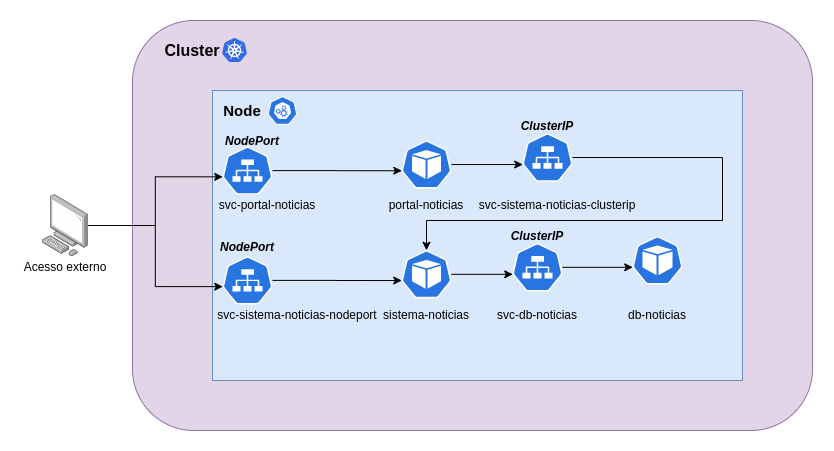
The draw.io diagram News_project_architecture.png in jonathanmdr/kubernetes, before a commit. Source tidied: cells renumbered, new cells last; positions are measured from the earlier drawing's top-left corner, leaving out a move shared by most shapes.
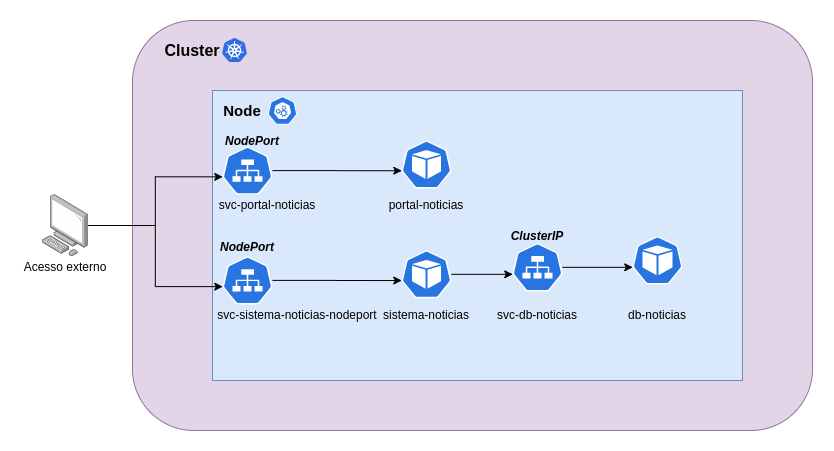
The same diagram one commit later.

Commit message:
Ajuste de implementaçao e arquitetura

Change to the diagram source:
```diff
@@ -56,9 +56,6 @@
     <mxCell id="19" value="&lt;b&gt;&lt;i&gt;NodePort&lt;/i&gt;&lt;/b&gt;" style="text;html=1;strokeColor=none;fillColor=none;align=center;verticalAlign=middle;whiteSpace=wrap;rounded=0;" parent="1" vertex="1">
       <mxGeometry x="207" y="215.9" width="40" height="20" as="geometry" />
     </mxCell>
-    <mxCell id="20" style="edgeStyle=orthogonalEdgeStyle;rounded=0;jettySize=auto;html=1;entryX=0.005;entryY=0.63;entryDx=0;entryDy=0;entryPerimeter=0;" parent="1" edge="1" source="21" target="32">
-      <mxGeometry relative="1" as="geometry" />
-    </mxCell>
     <mxCell id="21" style="html=1;dashed=0;whitespace=wrap;fillColor=#2875E2;strokeColor=#ffffff;points=[[0.005,0.63,0],[0.1,0.2,0],[0.9,0.2,0],[0.5,0,0],[0.995,0.63,0],[0.72,0.99,0],[0.5,1,0],[0.28,0.99,0]];shape=mxgraph.kubernetes.icon;prIcon=pod;" parent="1" vertex="1">
       <mxGeometry x="381" y="120" width="50" height="48" as="geometry" />
     </mxCell>
@@ -89,24 +86,6 @@
     <mxCell id="30" value="db-noticias" style="text;html=1;strokeColor=none;fillColor=none;align=center;verticalAlign=middle;whiteSpace=wrap;rounded=0;" parent="1" vertex="1">
       <mxGeometry x="602" y="283.9" width="70" height="20" as="geometry" />
     </mxCell>
-    <mxCell id="31" style="edgeStyle=orthogonalEdgeStyle;rounded=0;jettySize=auto;html=1;entryX=0.5;entryY=0;entryDx=0;entryDy=0;entryPerimeter=0;" parent="1" edge="1" source="32" target="24">
-      <mxGeometry relative="1" as="geometry">
-        <Array as="points">
-          <mxPoint x="702" y="137" />
-          <mxPoint x="702" y="200" />
-          <mxPoint x="406" y="200" />
-        </Array>
-      </mxGeometry>
-    </mxCell>
-    <mxCell id="32" style="html=1;dashed=0;whitespace=wrap;fillColor=#2875E2;strokeColor=#ffffff;points=[[0.005,0.63,0],[0.1,0.2,0],[0.9,0.2,0],[0.5,0,0],[0.995,0.63,0],[0.72,0.99,0],[0.5,1,0],[0.28,0.99,0]];shape=mxgraph.kubernetes.icon;prIcon=svc;" parent="1" vertex="1">
-      <mxGeometry x="502" y="110" width="50" height="54" as="geometry" />
-    </mxCell>
-    <mxCell id="33" value="svc-sistema-noticias-clusterip" style="text;html=1;strokeColor=none;fillColor=none;align=center;verticalAlign=middle;whiteSpace=wrap;rounded=0;" parent="1" vertex="1">
-      <mxGeometry x="452" y="174.1" width="170" height="20" as="geometry" />
-    </mxCell>
-    <mxCell id="34" value="&lt;b&gt;&lt;i&gt;ClusterIP&lt;/i&gt;&lt;/b&gt;" style="text;html=1;strokeColor=none;fillColor=none;align=center;verticalAlign=middle;whiteSpace=wrap;rounded=0;" parent="1" vertex="1">
-      <mxGeometry x="507" y="95.2" width="40" height="20" as="geometry" />
-    </mxCell>
     <mxCell id="35" value="sistema-noticias" style="text;html=1;strokeColor=none;fillColor=none;align=center;verticalAlign=middle;whiteSpace=wrap;rounded=0;" parent="1" vertex="1">
       <mxGeometry x="351" y="283.9" width="110" height="20" as="geometry" />
     </mxCell>
```
